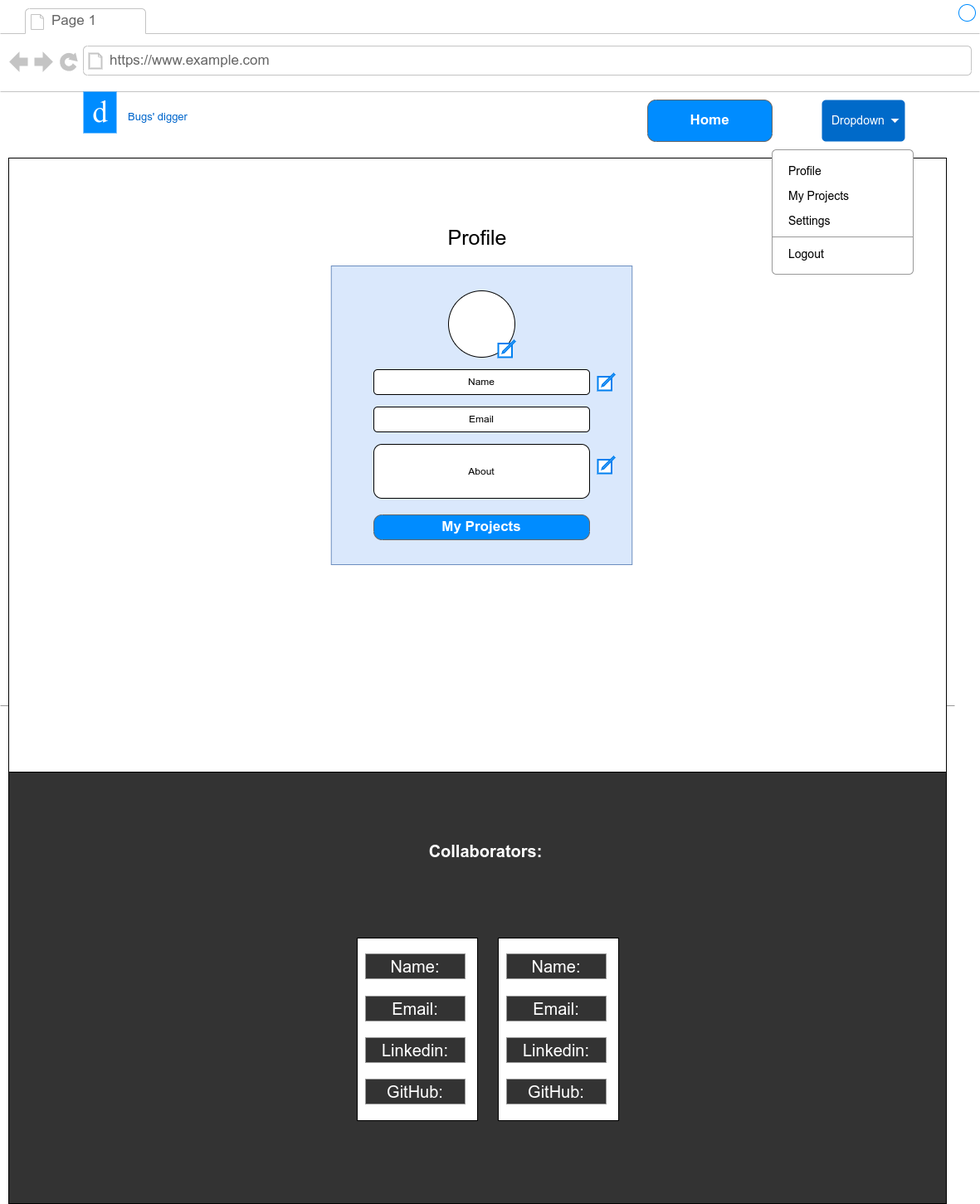
Before: documentation/wireframes/profile_page.png, a diagram exported from draw.io (IuliiaKonovalova/issue_tracker). Source tidied: cells renumbered, new cells last; positions are measured from the earlier drawing's top-left corner, leaving out a move shared by most shapes.
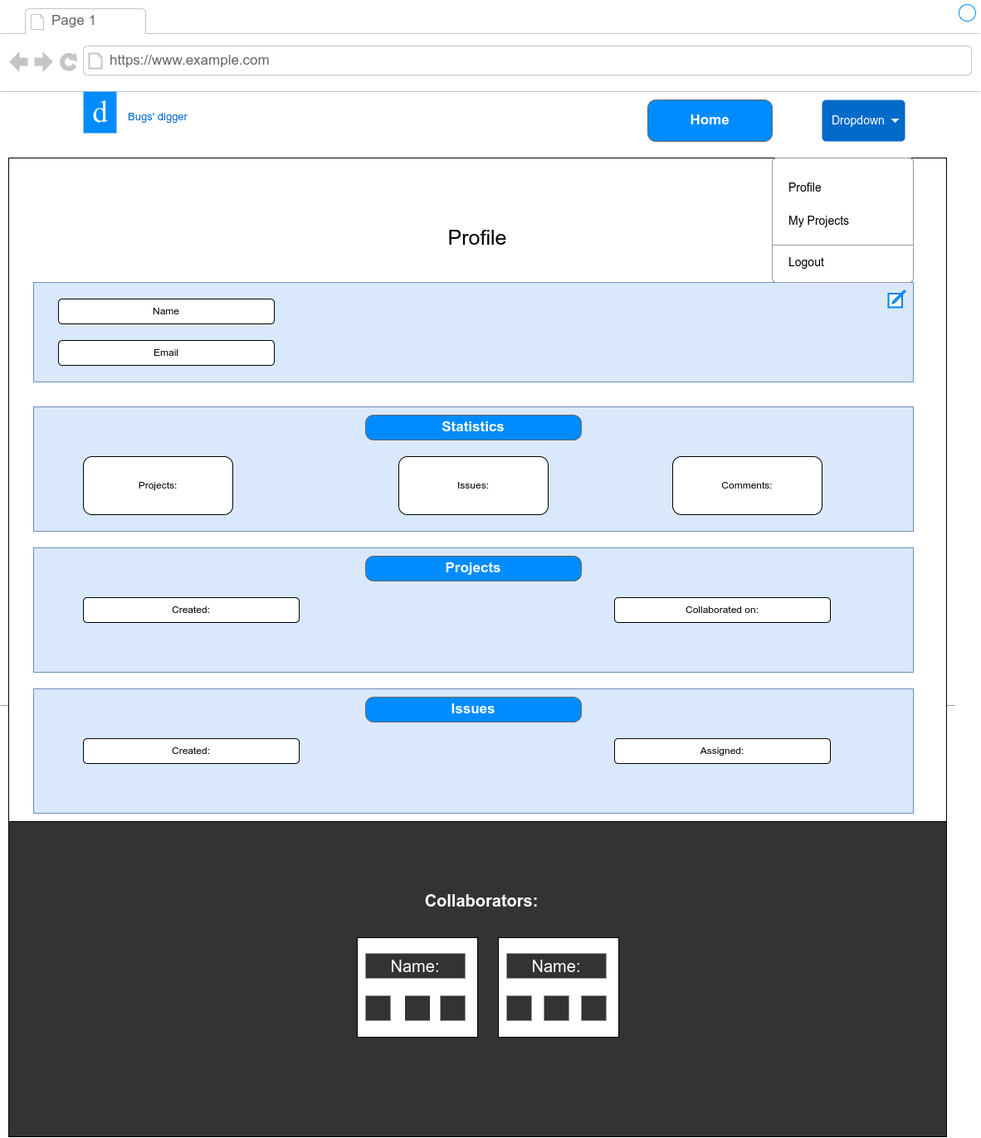
The same file after the commit.

Commit message:
Add content to wireframes

Diff of the diagram source:
```diff
@@ -3,10 +3,10 @@
     <mxCell id="0" />
     <mxCell id="1" parent="0" />
     <mxCell id="2" style="strokeWidth=1;shadow=0;dashed=0;align=center;html=1;shape=mxgraph.mockup.containers.browserWindow;rSize=0;strokeColor2=#008cff;strokeColor3=#c4c4c4;mainText=,;strokeColor=#FFFFFF;fontColor=#FFFFFF;" parent="1" vertex="1">
-      <mxGeometry width="1180" height="1450" as="geometry" />
+      <mxGeometry width="1180" height="1370" as="geometry" />
     </mxCell>
     <mxCell id="3" style="rounded=0;whiteSpace=wrap;html=1;fillColor=#333333;" parent="2" vertex="1">
-      <mxGeometry x="10" y="850" width="1130" height="600" as="geometry" />
+      <mxGeometry x="10" y="990" width="1130" height="380" as="geometry" />
     </mxCell>
     <mxCell id="4" value="Page 1" style="strokeWidth=1;shadow=0;dashed=0;align=center;html=1;shape=mxgraph.mockup.containers.anchor;fontSize=17;fontColor=#666666;align=left;" parent="2" vertex="1">
       <mxGeometry x="60" y="12" width="110" height="26" as="geometry" />
@@ -21,7 +21,7 @@
       <mxGeometry y="840" width="1150" height="20" as="geometry" />
     </mxCell>
     <mxCell id="8" style="shape=rect;fillColor=#ffffff;strokeColor=#000000;shadow=0;fontSize=13;fontColor=#0066CC;" parent="2" vertex="1">
-      <mxGeometry x="430" y="1130" width="145" height="220" as="geometry" />
+      <mxGeometry x="430" y="1130" width="145" height="120" as="geometry" />
     </mxCell>
     <mxCell id="9" value="d" style="text;html=1;align=center;verticalAlign=middle;fontSize=37;fontFamily=Tahoma;fillColor=#008CFF;fontColor=#FFFFFF;" parent="2" vertex="1">
       <mxGeometry x="100" y="110" width="40" height="50" as="geometry" />
@@ -30,50 +30,29 @@
       <mxGeometry x="780" y="120" width="150" height="50" as="geometry" />
     </mxCell>
     <mxCell id="11" style="rounded=0;whiteSpace=wrap;html=1;" parent="2" vertex="1">
-      <mxGeometry x="10" y="190" width="1130" height="740" as="geometry" />
+      <mxGeometry x="10" y="190" width="1130" height="800" as="geometry" />
     </mxCell>
     <mxCell id="12" style="rounded=0;whiteSpace=wrap;html=1;fillColor=#dae8fc;strokeColor=#6c8ebf;" parent="2" vertex="1">
-      <mxGeometry x="398.8" y="320" width="362.5" height="360" as="geometry" />
+      <mxGeometry x="40" y="340" width="1060" height="120" as="geometry" />
     </mxCell>
     <mxCell id="13" value="&lt;span style=&quot;font-size: 25px&quot;&gt;Profile&lt;/span&gt;" style="text;html=1;strokeColor=none;fillColor=none;align=center;verticalAlign=middle;whiteSpace=wrap;rounded=0;" parent="2" vertex="1">
       <mxGeometry x="455" y="270" width="240" height="30" as="geometry" />
     </mxCell>
-    <mxCell id="14" value="My Projects" style="strokeWidth=1;shadow=0;dashed=0;align=center;html=1;shape=mxgraph.mockup.buttons.button;strokeColor=#666666;fontColor=#ffffff;mainText=;buttonStyle=round;fontSize=17;fontStyle=1;fillColor=#008cff;whiteSpace=wrap;" parent="2" vertex="1">
-      <mxGeometry x="450" y="620" width="260" height="30" as="geometry" />
-    </mxCell>
     <mxCell id="15" value="Name" style="rounded=1;whiteSpace=wrap;html=1;" parent="2" vertex="1">
-      <mxGeometry x="450" y="445" width="260" height="30" as="geometry" />
+      <mxGeometry x="70" y="360" width="260" height="30" as="geometry" />
     </mxCell>
     <mxCell id="16" value="&lt;font color=&quot;#ffffff&quot; style=&quot;font-size: 20px&quot;&gt;&lt;b&gt;Collaborators:&lt;/b&gt;&lt;/font&gt;" style="text;html=1;strokeColor=none;fillColor=none;align=center;verticalAlign=middle;whiteSpace=wrap;rounded=0;" parent="2" vertex="1">
-      <mxGeometry x="500" y="1010" width="170" height="30" as="geometry" />
+      <mxGeometry x="495" y="1070" width="170" height="30" as="geometry" />
     </mxCell>
     <mxCell id="17" value="Name:" style="text;html=1;strokeColor=none;fillColor=#333333;align=center;verticalAlign=middle;whiteSpace=wrap;rounded=0;fontSize=20;fontColor=#FFFFFF;" parent="2" vertex="1">
       <mxGeometry x="440" y="1149" width="120" height="30" as="geometry" />
     </mxCell>
-    <mxCell id="18" value="Email:" style="text;html=1;strokeColor=none;fillColor=#333333;align=center;verticalAlign=middle;whiteSpace=wrap;rounded=0;fontSize=20;fontColor=#FFFFFF;" parent="2" vertex="1">
-      <mxGeometry x="440" y="1200" width="120" height="30" as="geometry" />
-    </mxCell>
-    <mxCell id="19" value="Linkedin:" style="text;html=1;strokeColor=none;fillColor=#333333;align=center;verticalAlign=middle;whiteSpace=wrap;rounded=0;fontSize=20;fontColor=#FFFFFF;" parent="2" vertex="1">
-      <mxGeometry x="440" y="1250" width="120" height="30" as="geometry" />
-    </mxCell>
-    <mxCell id="20" value="GitHub:" style="text;html=1;strokeColor=none;fillColor=#333333;align=center;verticalAlign=middle;whiteSpace=wrap;rounded=0;fontSize=20;fontColor=#FFFFFF;" parent="2" vertex="1">
-      <mxGeometry x="440" y="1300" width="120" height="30" as="geometry" />
-    </mxCell>
     <mxCell id="21" style="shape=rect;fillColor=#ffffff;strokeColor=#000000;shadow=0;fontSize=13;fontColor=#0066CC;" parent="2" vertex="1">
-      <mxGeometry x="600" y="1130" width="145" height="220" as="geometry" />
+      <mxGeometry x="600" y="1130" width="145" height="120" as="geometry" />
     </mxCell>
     <mxCell id="22" value="Name:" style="text;html=1;strokeColor=none;fillColor=#333333;align=center;verticalAlign=middle;whiteSpace=wrap;rounded=0;fontSize=20;fontColor=#FFFFFF;" parent="2" vertex="1">
       <mxGeometry x="610" y="1149" width="120" height="30" as="geometry" />
     </mxCell>
-    <mxCell id="23" value="Email:" style="text;html=1;strokeColor=none;fillColor=#333333;align=center;verticalAlign=middle;whiteSpace=wrap;rounded=0;fontSize=20;fontColor=#FFFFFF;" parent="2" vertex="1">
-      <mxGeometry x="610" y="1200" width="120" height="30" as="geometry" />
-    </mxCell>
-    <mxCell id="24" value="Linkedin:" style="text;html=1;strokeColor=none;fillColor=#333333;align=center;verticalAlign=middle;whiteSpace=wrap;rounded=0;fontSize=20;fontColor=#FFFFFF;" parent="2" vertex="1">
-      <mxGeometry x="610" y="1250" width="120" height="30" as="geometry" />
-    </mxCell>
-    <mxCell id="25" value="GitHub:" style="text;html=1;strokeColor=none;fillColor=#333333;align=center;verticalAlign=middle;whiteSpace=wrap;rounded=0;fontSize=20;fontColor=#FFFFFF;" parent="2" vertex="1">
-      <mxGeometry x="610" y="1300" width="120" height="30" as="geometry" />
-    </mxCell>
     <mxCell id="26" value="Dropdown" style="html=1;shadow=0;dashed=0;shape=mxgraph.bootstrap.rrect;rSize=5;strokeColor=none;strokeWidth=1;fillColor=#006AC9;fontColor=#ffffff;whiteSpace=wrap;align=left;verticalAlign=middle;fontStyle=0;fontSize=14;spacingLeft=10;" parent="2" vertex="1">
       <mxGeometry x="990" y="120" width="100" height="50" as="geometry" />
     </mxCell>
@@ -83,16 +62,16 @@
       </mxGeometry>
     </mxCell>
     <mxCell id="28" style="html=1;shadow=0;dashed=0;shape=mxgraph.bootstrap.rrect;rSize=5;fillColor=#ffffff;strokeColor=#999999;" parent="2" vertex="1">
-      <mxGeometry x="930" y="180" width="170" height="150" as="geometry" />
+      <mxGeometry x="930" y="190" width="170" height="150" as="geometry" />
     </mxCell>
     <mxCell id="29" value="Profile" style="fillColor=none;strokeColor=none;align=left;spacing=20;fontSize=14;" parent="28" vertex="1">
-      <mxGeometry width="170" height="30" relative="1" as="geometry">
-        <mxPoint y="10" as="offset" />
+      <mxGeometry width="170" height="10" relative="1" as="geometry">
+        <mxPoint y="30" as="offset" />
       </mxGeometry>
     </mxCell>
     <mxCell id="30" value="My Projects" style="fillColor=none;strokeColor=none;align=left;spacing=20;fontSize=14;" parent="28" vertex="1">
       <mxGeometry width="170" height="30" relative="1" as="geometry">
-        <mxPoint y="40" as="offset" />
+        <mxPoint y="60" as="offset" />
       </mxGeometry>
     </mxCell>
     <mxCell id="31" style="shape=line;strokeColor=#999999;perimeter=none;" parent="28" vertex="1">
@@ -105,26 +84,68 @@
         <mxPoint y="110" as="offset" />
       </mxGeometry>
     </mxCell>
-    <mxCell id="33" value="Settings" style="fillColor=none;strokeColor=none;align=left;spacing=20;fontSize=14;" parent="28" vertex="1">
-      <mxGeometry y="70" width="170" height="30" as="geometry" />
-    </mxCell>
-    <mxCell id="34" style="ellipse;whiteSpace=wrap;html=1;" parent="2" vertex="1">
-      <mxGeometry x="540" y="350" width="80" height="80" as="geometry" />
-    </mxCell>
-    <mxCell id="35" style="html=1;verticalLabelPosition=bottom;align=center;labelBackgroundColor=#ffffff;verticalAlign=top;strokeWidth=2;strokeColor=#0080F0;shadow=0;dashed=0;shape=mxgraph.ios7.icons.compose;" parent="2" vertex="1">
-      <mxGeometry x="600" y="410" width="20" height="20" as="geometry" />
-    </mxCell>
     <mxCell id="36" style="html=1;verticalLabelPosition=bottom;align=center;labelBackgroundColor=#ffffff;verticalAlign=top;strokeWidth=2;strokeColor=#0080F0;shadow=0;dashed=0;shape=mxgraph.ios7.icons.compose;" parent="2" vertex="1">
-      <mxGeometry x="720" y="450" width="20" height="20" as="geometry" />
+      <mxGeometry x="1070" y="350" width="20" height="20" as="geometry" />
     </mxCell>
     <mxCell id="37" value="Email" style="rounded=1;whiteSpace=wrap;html=1;" parent="2" vertex="1">
-      <mxGeometry x="450" y="490" width="260" height="30" as="geometry" />
+      <mxGeometry x="70" y="410" width="260" height="30" as="geometry" />
     </mxCell>
-    <mxCell id="38" value="About" style="rounded=1;whiteSpace=wrap;html=1;" parent="2" vertex="1">
-      <mxGeometry x="450" y="535" width="260" height="65" as="geometry" />
-    </mxCell>
-    <mxCell id="39" style="html=1;verticalLabelPosition=bottom;align=center;labelBackgroundColor=#ffffff;verticalAlign=top;strokeWidth=2;strokeColor=#0080F0;shadow=0;dashed=0;shape=mxgraph.ios7.icons.compose;" parent="2" vertex="1">
-      <mxGeometry x="720" y="550" width="20" height="20" as="geometry" />
-    </mxCell>
+    <mxCell id="40" style="text;html=1;strokeColor=none;fillColor=#333333;align=center;verticalAlign=middle;whiteSpace=wrap;rounded=0;fontSize=20;fontColor=#FFFFFF;" parent="2" vertex="1">
+      <mxGeometry x="440" y="1200" width="30" height="30" as="geometry" />
+    </mxCell>
+    <mxCell id="41" style="text;html=1;strokeColor=none;fillColor=#333333;align=center;verticalAlign=middle;whiteSpace=wrap;rounded=0;fontSize=20;fontColor=#FFFFFF;" parent="2" vertex="1">
+      <mxGeometry x="487.5" y="1200" width="30" height="30" as="geometry" />
+    </mxCell>
+    <mxCell id="42" style="text;html=1;strokeColor=none;fillColor=#333333;align=center;verticalAlign=middle;whiteSpace=wrap;rounded=0;fontSize=20;fontColor=#FFFFFF;" parent="2" vertex="1">
+      <mxGeometry x="530" y="1200" width="30" height="30" as="geometry" />
+    </mxCell>
+    <mxCell id="43" style="text;html=1;strokeColor=none;fillColor=#333333;align=center;verticalAlign=middle;whiteSpace=wrap;rounded=0;fontSize=20;fontColor=#FFFFFF;" parent="2" vertex="1">
+      <mxGeometry x="610" y="1200" width="30" height="30" as="geometry" />
+    </mxCell>
+    <mxCell id="44" style="text;html=1;strokeColor=none;fillColor=#333333;align=center;verticalAlign=middle;whiteSpace=wrap;rounded=0;fontSize=20;fontColor=#FFFFFF;" parent="2" vertex="1">
+      <mxGeometry x="700" y="1200" width="30" height="30" as="geometry" />
+    </mxCell>
+    <mxCell id="45" style="text;html=1;strokeColor=none;fillColor=#333333;align=center;verticalAlign=middle;whiteSpace=wrap;rounded=0;fontSize=20;fontColor=#FFFFFF;" parent="2" vertex="1">
+      <mxGeometry x="655" y="1200" width="30" height="30" as="geometry" />
+    </mxCell>
+    <mxCell id="46" style="rounded=0;whiteSpace=wrap;html=1;fillColor=#dae8fc;strokeColor=#6c8ebf;" parent="2" vertex="1">
+      <mxGeometry x="40" y="490" width="1060" height="150" as="geometry" />
+    </mxCell>
+    <mxCell id="47" value="Statistics" style="strokeWidth=1;shadow=0;dashed=0;align=center;html=1;shape=mxgraph.mockup.buttons.button;strokeColor=#666666;fontColor=#ffffff;mainText=;buttonStyle=round;fontSize=17;fontStyle=1;fillColor=#008cff;whiteSpace=wrap;" parent="2" vertex="1">
+      <mxGeometry x="440" y="500" width="260" height="30" as="geometry" />
+    </mxCell>
+    <mxCell id="48" style="rounded=0;whiteSpace=wrap;html=1;fillColor=#dae8fc;strokeColor=#6c8ebf;" parent="2" vertex="1">
+      <mxGeometry x="40" y="660" width="1060" height="150" as="geometry" />
+    </mxCell>
+    <mxCell id="49" style="rounded=0;whiteSpace=wrap;html=1;fillColor=#dae8fc;strokeColor=#6c8ebf;" parent="2" vertex="1">
+      <mxGeometry x="40" y="830" width="1060" height="150" as="geometry" />
+    </mxCell>
+    <mxCell id="50" value="Projects" style="strokeWidth=1;shadow=0;dashed=0;align=center;html=1;shape=mxgraph.mockup.buttons.button;strokeColor=#666666;fontColor=#ffffff;mainText=;buttonStyle=round;fontSize=17;fontStyle=1;fillColor=#008cff;whiteSpace=wrap;" parent="2" vertex="1">
+      <mxGeometry x="440" y="670" width="260" height="30" as="geometry" />
+    </mxCell>
+    <mxCell id="51" value="Issues" style="strokeWidth=1;shadow=0;dashed=0;align=center;html=1;shape=mxgraph.mockup.buttons.button;strokeColor=#666666;fontColor=#ffffff;mainText=;buttonStyle=round;fontSize=17;fontStyle=1;fillColor=#008cff;whiteSpace=wrap;" parent="2" vertex="1">
+      <mxGeometry x="440" y="840" width="260" height="30" as="geometry" />
+    </mxCell>
+    <mxCell id="52" value="Created:" style="rounded=1;whiteSpace=wrap;html=1;" parent="2" vertex="1">
+      <mxGeometry x="100" y="890" width="260" height="30" as="geometry" />
+    </mxCell>
+    <mxCell id="53" value="Assigned:" style="rounded=1;whiteSpace=wrap;html=1;" parent="2" vertex="1">
+      <mxGeometry x="740" y="890" width="260" height="30" as="geometry" />
+    </mxCell>
+    <mxCell id="54" value="Collaborated on:" style="rounded=1;whiteSpace=wrap;html=1;" parent="2" vertex="1">
+      <mxGeometry x="740" y="720" width="260" height="30" as="geometry" />
+    </mxCell>
+    <mxCell id="55" value="Created:" style="rounded=1;whiteSpace=wrap;html=1;" parent="2" vertex="1">
+      <mxGeometry x="100" y="720" width="260" height="30" as="geometry" />
+    </mxCell>
+    <mxCell id="56" value="Projects:" style="rounded=1;whiteSpace=wrap;html=1;" parent="2" vertex="1">
+      <mxGeometry x="100" y="550" width="180" height="70" as="geometry" />
+    </mxCell>
+    <mxCell id="57" value="Issues:" style="rounded=1;whiteSpace=wrap;html=1;" parent="2" vertex="1">
+      <mxGeometry x="480" y="550" width="180" height="70" as="geometry" />
+    </mxCell>
+    <mxCell id="58" value="Comments:" style="rounded=1;whiteSpace=wrap;html=1;" parent="2" vertex="1">
+      <mxGeometry x="810" y="550" width="180" height="70" as="geometry" />
+    </mxCell>
   </root>
 </mxGraphModel>
```
